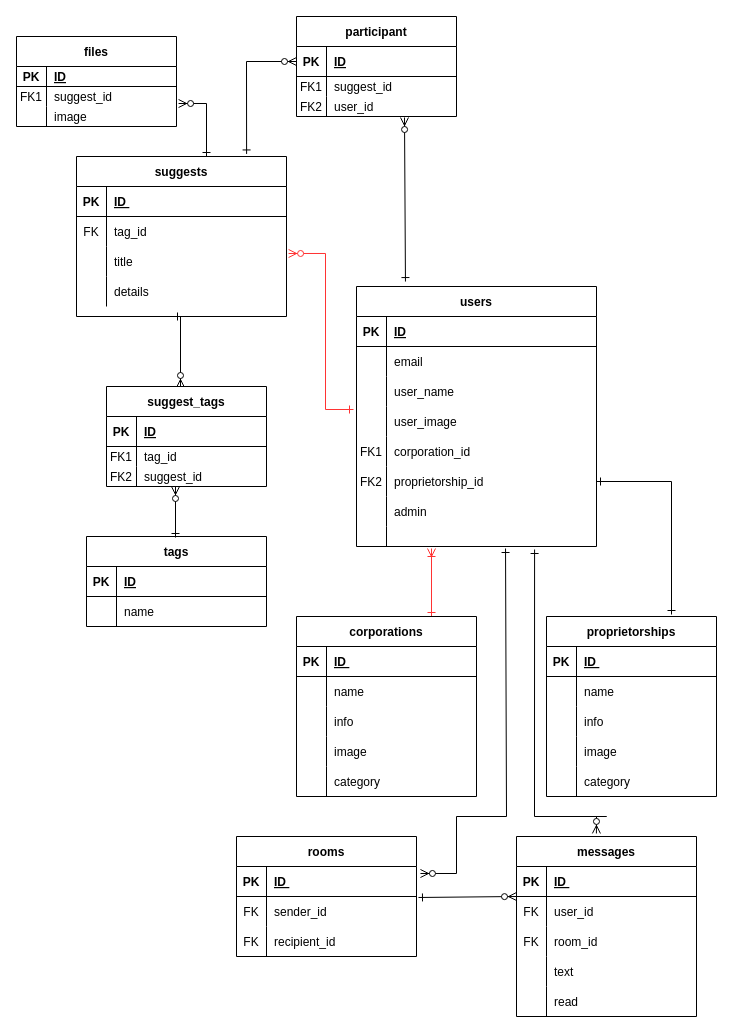
Earlier version of the draw.io diagram Untitled Diagram.drawio (Sec-il-n/dic_guraduate_parts). Source tidied: cells renumbered, new cells numbered last; positions are measured from the earlier drawing's top-left corner, leaving out a move shared by most shapes. Both pictures are drawn from the tidied source at 100%, with x=0, y=0 at pixel (16, 16).
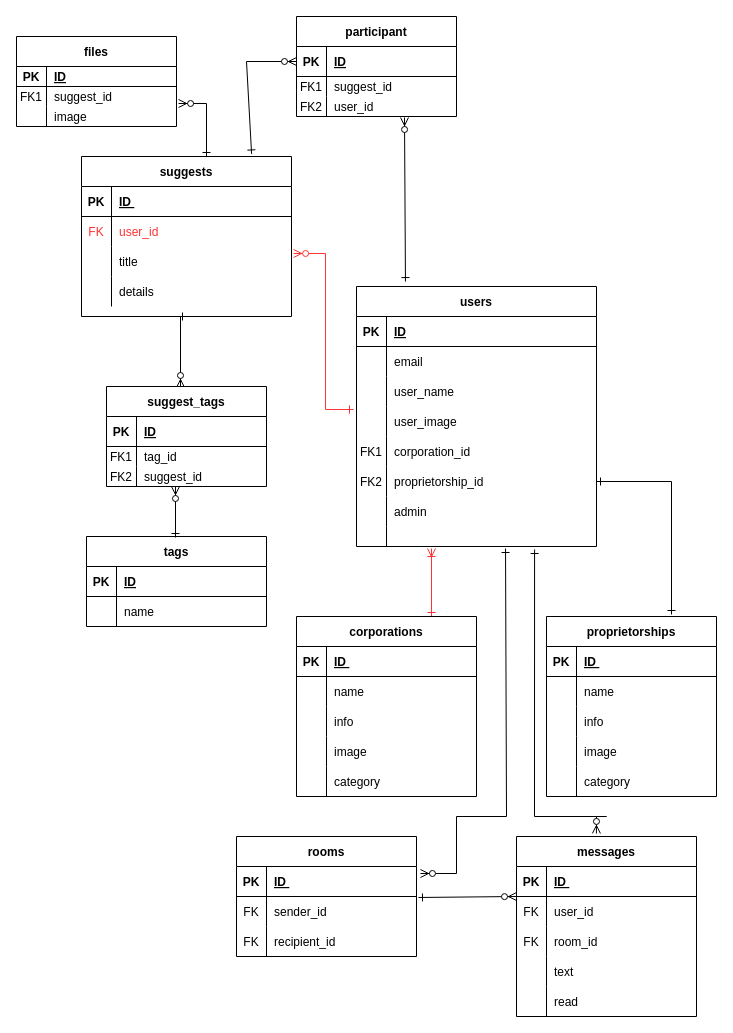
The same diagram, later.

Commit message:
Untitled Diagram.drawio を更新します

Unchanged cells that the change refers to:
```xml
<mxCell id="39" style="shape=partialRectangle;fillColor=none;top=0;left=0;right=0;bottom=0;" parent="35" vertex="1">
  <mxGeometry y="60" width="210" height="30" as="geometry" />
</mxCell>
```

Change to the diagram source:
```diff
@@
     <mxCell id="35" value="suggests" style="shape=table;startSize=30;childLayout=tableLayout;rowLines=0;fontStyle=1;align=center;" parent="1" vertex="1">
-      <mxGeometry x="60" y="140" width="210" height="160" as="geometry" />
+      <mxGeometry x="65" y="140" width="210" height="160" as="geometry" />
     </mxCell>
@@
-    <mxCell id="40" value="FK" style="shape=partialRectangle;overflow=hidden;fillColor=none;top=0;left=0;bottom=0;right=0;" parent="39" vertex="1">
+    <mxCell id="40" value="FK" style="shape=partialRectangle;overflow=hidden;fillColor=none;top=0;left=0;bottom=0;right=0;fontColor=#FF3333;" parent="39" vertex="1">
       <mxGeometry width="30" height="30" as="geometry" />
     </mxCell>
-    <mxCell id="41" value="tag_id" style="shape=partialRectangle;overflow=hidden;fillColor=none;top=0;left=0;bottom=0;right=0;align=left;spacingLeft=6;" parent="39" vertex="1">
-      <mxGeometry x="30" width="180" height="30" as="geometry" />
-    </mxCell>
+    <mxCell id="146" value="user_id" style="shape=partialRectangle;overflow=hidden;fillColor=none;top=0;left=0;bottom=0;right=0;align=left;spacingLeft=6;fontColor=#FF3333;" parent="39" vertex="1">
+      <mxGeometry x="30" width="180" height="30" as="geometry" />
+    </mxCell>
```
